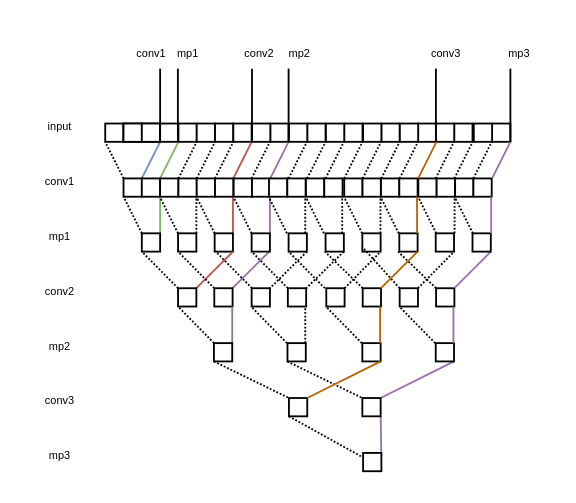
marioviti/Graphs keeps this draw.io diagram as ReceptiveField.drawio. Above is the earlier version. Source tidied: cells renumbered, new cells numbered last; positions are measured from the earlier drawing's top-left corner, leaving out a move shared by most shapes. Both pictures are drawn from the tidied source at 183%, with x=0, y=0 at pixel (31, 31).
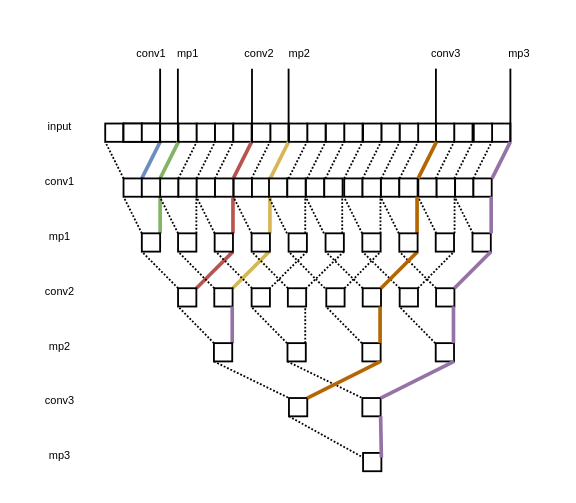
The same diagram, later.

The change refers to these unchanged cells:
```xml
<mxCell id="7" style="rounded=0;whiteSpace=wrap;html=1;" parent="1" vertex="1">
  <mxGeometry x="50" y="80" width="10" height="10" as="geometry" />
</mxCell>
<mxCell id="10" style="rounded=0;whiteSpace=wrap;html=1;fontStyle=1;" parent="1" vertex="1">
  <mxGeometry x="70" y="50" width="10" height="10" as="geometry" />
</mxCell>
<mxCell id="36" style="rounded=0;whiteSpace=wrap;html=1;" parent="1" vertex="1">
  <mxGeometry x="79.8" y="140" width="10" height="10" as="geometry" />
</mxCell>
<mxCell id="39" style="rounded=0;whiteSpace=wrap;html=1;" parent="1" vertex="1">
  <mxGeometry x="99.6" y="140" width="10" height="10" as="geometry" />
</mxCell>
<mxCell id="52" style="rounded=0;whiteSpace=wrap;html=1;" parent="1" vertex="1">
  <mxGeometry x="99.4" y="170" width="10" height="10" as="geometry" />
</mxCell>
<mxCell id="60" style="rounded=0;whiteSpace=wrap;html=1;" parent="1" vertex="1">
  <mxGeometry x="139.8" y="140" width="10" height="10" as="geometry" />
</mxCell>
<mxCell id="76" style="rounded=0;whiteSpace=wrap;html=1;" parent="1" vertex="1">
  <mxGeometry x="160.4" y="110" width="10" height="10" as="geometry" />
</mxCell>
<mxCell id="88" style="rounded=0;whiteSpace=wrap;html=1;" parent="1" vertex="1">
  <mxGeometry x="180.7" y="140" width="10" height="10" as="geometry" />
</mxCell>
<mxCell id="92" style="rounded=0;whiteSpace=wrap;html=1;" parent="1" vertex="1">
  <mxGeometry x="180.5" y="110" width="10" height="10" as="geometry" />
</mxCell>
<mxCell id="117" style="rounded=0;whiteSpace=wrap;html=1;" parent="1" vertex="1">
  <mxGeometry x="200.9" y="140" width="10" height="10" as="geometry" />
</mxCell>
<mxCell id="119" style="rounded=0;whiteSpace=wrap;html=1;" parent="1" vertex="1">
  <mxGeometry x="220.8" y="140" width="10" height="10" as="geometry" />
</mxCell>
```

Change to the diagram source:
```diff
@@
-    <mxCell id="6" style="edgeStyle=none;rounded=0;jettySize=auto;html=1;exitX=1;exitY=0;exitDx=0;exitDy=0;entryX=0;entryY=1;entryDx=0;entryDy=0;endArrow=none;endFill=0;fillColor=#dae8fc;strokeColor=#6c8ebf;" parent="1" edge="1" source="7" target="10">
+    <mxCell id="6" style="edgeStyle=none;rounded=0;jettySize=auto;html=1;exitX=1;exitY=0;exitDx=0;exitDy=0;entryX=0;entryY=1;entryDx=0;entryDy=0;endArrow=none;endFill=0;fillColor=#dae8fc;strokeColor=#6c8ebf;strokeWidth=2;" parent="1" edge="1" source="7" target="10">
       <mxGeometry relative="1" as="geometry" />
     </mxCell>
@@
-    <mxCell id="11" style="edgeStyle=none;rounded=0;jettySize=auto;html=1;exitX=1;exitY=0;exitDx=0;exitDy=0;entryX=1;entryY=1;entryDx=0;entryDy=0;endArrow=none;endFill=0;fillColor=#d5e8d4;strokeColor=#82b366;" parent="1" edge="1" source="12" target="10">
-      <mxGeometry relative="1" as="geometry" />
+    <mxCell id="11" style="edgeStyle=none;rounded=0;jettySize=auto;html=1;exitX=1;exitY=0;exitDx=0;exitDy=0;entryX=1;entryY=1;entryDx=0;entryDy=0;endArrow=none;endFill=0;fillColor=#d5e8d4;strokeColor=#82b366;strokeWidth=2;" parent="1" edge="1" target="10">
+      <mxGeometry relative="1" as="geometry">
+        <mxPoint x="70" y="80" as="sourcePoint" />
+      </mxGeometry>
     </mxCell>
-    <mxCell id="12" style="rounded=0;whiteSpace=wrap;html=1;" parent="1" vertex="1">
-      <mxGeometry x="60" y="80" width="10" height="10" as="geometry" />
-    </mxCell>
-    <mxCell id="13" style="edgeStyle=none;rounded=0;jettySize=auto;html=1;exitX=0;exitY=0;exitDx=0;exitDy=0;entryX=0;entryY=1;entryDx=0;entryDy=0;dashed=1;dashPattern=1 1;endArrow=none;endFill=0;" parent="1" edge="1" source="15" target="7">
-      <mxGeometry relative="1" as="geometry" />
+    <mxCell id="13" style="edgeStyle=none;rounded=0;jettySize=auto;html=1;exitX=0;exitY=0;exitDx=0;exitDy=0;entryX=0;entryY=1;entryDx=0;entryDy=0;dashed=1;dashPattern=1 1;endArrow=none;endFill=0;" parent="1" edge="1" target="7">
+      <mxGeometry relative="1" as="geometry">
+        <mxPoint x="60" y="110" as="sourcePoint" />
+      </mxGeometry>
     </mxCell>
-    <mxCell id="14" style="edgeStyle=none;rounded=0;jettySize=auto;html=1;exitX=1;exitY=0;exitDx=0;exitDy=0;entryX=1;entryY=1;entryDx=0;entryDy=0;endArrow=none;endFill=0;fillColor=#d5e8d4;strokeColor=#82b366;" parent="1" edge="1" source="15" target="12">
-      <mxGeometry relative="1" as="geometry" />
+    <mxCell id="14" style="edgeStyle=none;rounded=0;orthogonalLoop=1;jettySize=auto;html=1;exitX=1;exitY=0;exitDx=0;exitDy=0;entryX=1;entryY=1;entryDx=0;entryDy=0;endArrow=none;endFill=0;fillColor=#d5e8d4;strokeColor=#82b366;strokeWidth=2;" parent="1" edge="1">
+      <mxGeometry relative="1" as="geometry">
+        <mxPoint x="70" y="110" as="sourcePoint" />
+        <mxPoint x="70" y="90" as="targetPoint" />
+      </mxGeometry>
     </mxCell>
-    <mxCell id="15" style="rounded=0;whiteSpace=wrap;html=1;" parent="1" vertex="1">
-      <mxGeometry x="60" y="110" width="10" height="10" as="geometry" />
-    </mxCell>
@@
-    <mxCell id="30" style="edgeStyle=none;rounded=0;orthogonalLoop=1;jettySize=auto;html=1;exitX=1;exitY=0;exitDx=0;exitDy=0;entryX=1;entryY=1;entryDx=0;entryDy=0;endArrow=none;endFill=0;fillColor=#f8cecc;strokeColor=#b85450;" parent="1" edge="1">
+    <mxCell id="30" style="edgeStyle=none;rounded=0;orthogonalLoop=1;jettySize=auto;html=1;exitX=1;exitY=0;exitDx=0;exitDy=0;entryX=1;entryY=1;entryDx=0;entryDy=0;endArrow=none;endFill=0;fillColor=#f8cecc;strokeColor=#b85450;strokeWidth=2;" parent="1" edge="1">
       <mxGeometry relative="1" as="geometry">
         <mxPoint x="110" y="80" as="sourcePoint" />
         <mxPoint x="120" y="60" as="targetPoint" />
       </mxGeometry>
     </mxCell>
-    <mxCell id="31" style="edgeStyle=none;rounded=0;jettySize=auto;html=1;exitX=0;exitY=0;exitDx=0;exitDy=0;entryX=0;entryY=1;entryDx=0;entryDy=0;dashed=1;dashPattern=1 1;endArrow=none;endFill=0;" parent="1" edge="1" source="33">
+    <mxCell id="31" style="edgeStyle=none;rounded=0;orthogonalLoop=1;jettySize=auto;html=1;exitX=0;exitY=0;exitDx=0;exitDy=0;entryX=0;entryY=1;entryDx=0;entryDy=0;dashed=1;dashPattern=1 1;endArrow=none;endFill=0;" parent="1" edge="1">
       <mxGeometry relative="1" as="geometry">
+        <mxPoint x="99.8" y="110" as="sourcePoint" />
         <mxPoint x="89.8" y="90" as="targetPoint" />
       </mxGeometry>
     </mxCell>
-    <mxCell id="32" style="edgeStyle=none;rounded=0;jettySize=auto;html=1;exitX=1;exitY=0;exitDx=0;exitDy=0;entryX=1;entryY=1;entryDx=0;entryDy=0;endArrow=none;endFill=0;fillColor=#f8cecc;strokeColor=#b85450;" parent="1" edge="1" source="33">
+    <mxCell id="32" style="edgeStyle=none;rounded=0;orthogonalLoop=1;jettySize=auto;html=1;exitX=1;exitY=0;exitDx=0;exitDy=0;entryX=1;entryY=1;entryDx=0;entryDy=0;endArrow=none;endFill=0;fillColor=#f8cecc;strokeColor=#b85450;strokeWidth=2;" parent="1" edge="1">
       <mxGeometry relative="1" as="geometry">
+        <mxPoint x="109.8" y="110" as="sourcePoint" />
         <mxPoint x="109.8" y="90" as="targetPoint" />
       </mxGeometry>
     </mxCell>
-    <mxCell id="33" style="rounded=0;whiteSpace=wrap;html=1;" parent="1" vertex="1">
-      <mxGeometry x="99.8" y="110" width="10" height="10" as="geometry" />
-    </mxCell>
-    <mxCell id="34" style="edgeStyle=none;rounded=0;jettySize=auto;html=1;exitX=0;exitY=0;exitDx=0;exitDy=0;entryX=0;entryY=1;entryDx=0;entryDy=0;dashed=1;dashPattern=1 1;endArrow=none;endFill=0;" parent="1" edge="1" source="36" target="15">
-      <mxGeometry relative="1" as="geometry" />
+    <mxCell id="34" style="edgeStyle=none;rounded=0;jettySize=auto;html=1;exitX=0;exitY=0;exitDx=0;exitDy=0;entryX=0;entryY=1;entryDx=0;entryDy=0;dashed=1;dashPattern=1 1;endArrow=none;endFill=0;" parent="1" edge="1" source="36">
+      <mxGeometry relative="1" as="geometry">
+        <mxPoint x="60" y="120" as="targetPoint" />
+      </mxGeometry>
     </mxCell>
-    <mxCell id="35" style="edgeStyle=none;rounded=0;jettySize=auto;html=1;exitX=1;exitY=0;exitDx=0;exitDy=0;entryX=1;entryY=1;entryDx=0;entryDy=0;endArrow=none;endFill=0;fillColor=#f8cecc;strokeColor=#b85450;" parent="1" edge="1" source="36" target="33">
-      <mxGeometry relative="1" as="geometry" />
+    <mxCell id="35" style="edgeStyle=none;rounded=0;jettySize=auto;html=1;exitX=1;exitY=0;exitDx=0;exitDy=0;entryX=1;entryY=1;entryDx=0;entryDy=0;endArrow=none;endFill=0;fillColor=#f8cecc;strokeColor=#b85450;strokeWidth=2;" parent="1" edge="1" source="36">
+      <mxGeometry relative="1" as="geometry">
+        <mxPoint x="109.8" y="120" as="targetPoint" />
+      </mxGeometry>
     </mxCell>
@@
-    <mxCell id="38" style="edgeStyle=none;rounded=0;jettySize=auto;html=1;exitX=1;exitY=0;exitDx=0;exitDy=0;entryX=1;entryY=1;entryDx=0;entryDy=0;endArrow=none;endFill=0;fillColor=#e1d5e7;strokeColor=#9673a6;" parent="1" edge="1" source="39">
+    <mxCell id="38" style="edgeStyle=none;rounded=0;jettySize=auto;html=1;exitX=1;exitY=0;exitDx=0;exitDy=0;entryX=1;entryY=1;entryDx=0;entryDy=0;endArrow=none;endFill=0;fillColor=#fff2cc;strokeColor=#d6b656;strokeWidth=2;" parent="1" edge="1" source="39">
       <mxGeometry relative="1" as="geometry">
         <mxPoint x="129.6" y="120" as="targetPoint" />
       </mxGeometry>
     </mxCell>
@@
-    <mxCell id="43" style="edgeStyle=none;rounded=0;orthogonalLoop=1;jettySize=auto;html=1;exitX=1;exitY=0;exitDx=0;exitDy=0;entryX=1;entryY=1;entryDx=0;entryDy=0;endArrow=none;endFill=0;fillColor=#e1d5e7;strokeColor=#9673a6;" parent="1" edge="1">
+    <mxCell id="43" style="edgeStyle=none;rounded=0;orthogonalLoop=1;jettySize=auto;html=1;exitX=1;exitY=0;exitDx=0;exitDy=0;entryX=1;entryY=1;entryDx=0;entryDy=0;endArrow=none;endFill=0;fillColor=#fff2cc;strokeColor=#d6b656;strokeWidth=2;" parent="1" edge="1">
       <mxGeometry relative="1" as="geometry">
         <mxPoint x="130.2" y="80" as="sourcePoint" />
         <mxPoint x="140.2" y="60" as="targetPoint" />
       </mxGeometry>
     </mxCell>
-    <mxCell id="44" style="edgeStyle=none;rounded=0;jettySize=auto;html=1;exitX=0;exitY=0;exitDx=0;exitDy=0;entryX=0;entryY=1;entryDx=0;entryDy=0;dashed=1;dashPattern=1 1;endArrow=none;endFill=0;" parent="1" edge="1" source="46">
+    <mxCell id="44" style="edgeStyle=none;rounded=0;orthogonalLoop=1;jettySize=auto;html=1;exitX=0;exitY=0;exitDx=0;exitDy=0;entryX=0;entryY=1;entryDx=0;entryDy=0;dashed=1;dashPattern=1 1;endArrow=none;endFill=0;strokeWidth=1;" parent="1" edge="1">
       <mxGeometry relative="1" as="geometry">
+        <mxPoint x="120" y="110" as="sourcePoint" />
         <mxPoint x="110" y="90" as="targetPoint" />
       </mxGeometry>
     </mxCell>
-    <mxCell id="45" style="edgeStyle=none;rounded=0;jettySize=auto;html=1;exitX=1;exitY=0;exitDx=0;exitDy=0;entryX=1;entryY=1;entryDx=0;entryDy=0;endArrow=none;endFill=0;fillColor=#e1d5e7;strokeColor=#9673a6;" parent="1" edge="1" source="46">
+    <mxCell id="45" style="edgeStyle=none;rounded=0;orthogonalLoop=1;jettySize=auto;html=1;exitX=1;exitY=0;exitDx=0;exitDy=0;entryX=1;entryY=1;entryDx=0;entryDy=0;endArrow=none;endFill=0;fillColor=#fff2cc;strokeColor=#d6b656;strokeWidth=2;" parent="1" edge="1">
       <mxGeometry relative="1" as="geometry">
+        <mxPoint x="130" y="110" as="sourcePoint" />
         <mxPoint x="130" y="90" as="targetPoint" />
       </mxGeometry>
     </mxCell>
-    <mxCell id="46" style="rounded=0;whiteSpace=wrap;html=1;" parent="1" vertex="1">
-      <mxGeometry x="120" y="110" width="10" height="10" as="geometry" />
-    </mxCell>
@@
-    <mxCell id="50" style="edgeStyle=none;rounded=0;jettySize=auto;html=1;exitX=1;exitY=0;exitDx=0;exitDy=0;entryX=1;entryY=1;entryDx=0;entryDy=0;endArrow=none;endFill=0;fillColor=#e1d5e7;strokeColor=#9673a6;" parent="1" edge="1" source="52">
+    <mxCell id="50" style="edgeStyle=none;rounded=0;jettySize=auto;html=1;exitX=1;exitY=0;exitDx=0;exitDy=0;entryX=1;entryY=1;entryDx=0;entryDy=0;endArrow=none;endFill=0;fillColor=#e1d5e7;strokeColor=#9673a6;strokeWidth=2;" parent="1" edge="1" source="52">
       <mxGeometry relative="1" as="geometry">
         <mxPoint x="109.4" y="150" as="targetPoint" />
       </mxGeometry>
     </mxCell>
@@
-    <mxCell id="59" style="edgeStyle=none;rounded=0;jettySize=auto;html=1;exitX=0;exitY=0;exitDx=0;exitDy=0;entryX=0;entryY=1;entryDx=0;entryDy=0;dashed=1;dashPattern=1 1;endArrow=none;endFill=0;" parent="1" edge="1" source="60" target="46">
-      <mxGeometry relative="1" as="geometry" />
+    <mxCell id="59" style="edgeStyle=none;rounded=0;jettySize=auto;html=1;exitX=0;exitY=0;exitDx=0;exitDy=0;entryX=0;entryY=1;entryDx=0;entryDy=0;dashed=1;dashPattern=1 1;endArrow=none;endFill=0;" parent="1" edge="1" source="60">
+      <mxGeometry relative="1" as="geometry">
+        <mxPoint x="120" y="120" as="targetPoint" />
+      </mxGeometry>
     </mxCell>
@@
-    <mxCell id="87" style="edgeStyle=none;rounded=0;jettySize=auto;html=1;exitX=0;exitY=0;exitDx=0;exitDy=0;dashed=1;dashPattern=1 1;endArrow=none;endFill=0;" parent="1" edge="1" source="88">
-      <mxGeometry relative="1" as="geometry">
-        <mxPoint x="160" y="120" as="targetPoint" />
-      </mxGeometry>
+    <mxCell id="87" style="edgeStyle=none;rounded=0;jettySize=auto;html=1;exitX=0;exitY=0;exitDx=0;exitDy=0;dashed=1;dashPattern=1 1;endArrow=none;endFill=0;entryX=0;entryY=1;entryDx=0;entryDy=0;" parent="1" edge="1" source="88" target="76">
+      <mxGeometry relative="1" as="geometry" />
     </mxCell>
@@
-    <mxCell id="93" style="rounded=0;whiteSpace=wrap;html=1;" parent="1" vertex="1">
-      <mxGeometry x="200.7" y="110" width="10" height="10" as="geometry" />
-    </mxCell>
@@
-    <mxCell id="115" style="edgeStyle=none;rounded=0;jettySize=auto;html=1;exitX=1;exitY=0;exitDx=0;exitDy=0;entryX=1;entryY=1;entryDx=0;entryDy=0;dashed=1;dashPattern=1 1;endArrow=none;endFill=0;" parent="1" edge="1" source="117" target="124">
-      <mxGeometry relative="1" as="geometry" />
+    <mxCell id="115" style="edgeStyle=none;rounded=0;jettySize=auto;html=1;exitX=1;exitY=0;exitDx=0;exitDy=0;entryX=1;entryY=1;entryDx=0;entryDy=0;dashed=1;dashPattern=1 1;endArrow=none;endFill=0;" parent="1" edge="1" source="117">
+      <mxGeometry relative="1" as="geometry">
+        <mxPoint x="230.6" y="120" as="targetPoint" />
+      </mxGeometry>
     </mxCell>
-    <mxCell id="116" style="edgeStyle=none;rounded=0;jettySize=auto;html=1;exitX=0;exitY=0;exitDx=0;exitDy=0;entryX=0;entryY=0.75;entryDx=0;entryDy=0;dashed=1;dashPattern=1 1;endArrow=none;endFill=0;" parent="1" edge="1" source="117" target="92">
+    <mxCell id="116" style="edgeStyle=none;rounded=0;jettySize=auto;html=1;exitX=0;exitY=0;exitDx=0;exitDy=0;entryX=0;entryY=1;entryDx=0;entryDy=0;dashed=1;dashPattern=1 1;endArrow=none;endFill=0;" parent="1" edge="1" source="117" target="92">
       <mxGeometry relative="1" as="geometry" />
     </mxCell>
@@
-    <mxCell id="118" style="edgeStyle=none;rounded=0;jettySize=auto;html=1;exitX=0;exitY=0;exitDx=0;exitDy=0;dashed=1;dashPattern=1 1;endArrow=none;endFill=0;" parent="1" edge="1" source="119">
+    <mxCell id="118" style="edgeStyle=none;rounded=0;jettySize=auto;html=1;exitX=0;exitY=0;exitDx=0;exitDy=0;dashed=1;dashPattern=1 1;endArrow=none;endFill=0;entryX=0;entryY=1;entryDx=0;entryDy=0;" parent="1" edge="1" source="119">
       <mxGeometry relative="1" as="geometry">
-        <mxPoint x="200" y="120" as="targetPoint" />
+        <mxPoint x="200.7" y="120" as="targetPoint" />
       </mxGeometry>
     </mxCell>
@@
-    <mxCell id="124" style="rounded=0;whiteSpace=wrap;html=1;" parent="1" vertex="1">
-      <mxGeometry x="220.6" y="110" width="10" height="10" as="geometry" />
-    </mxCell>
@@
-    <mxCell id="139" style="edgeStyle=none;rounded=0;orthogonalLoop=1;jettySize=auto;html=1;exitX=1;exitY=0;exitDx=0;exitDy=0;entryX=1;entryY=1;entryDx=0;entryDy=0;endArrow=none;endFill=0;fontStyle=0;fillColor=#e1d5e7;strokeColor=#9673a6;" parent="1" edge="1">
+    <mxCell id="139" style="edgeStyle=none;rounded=0;orthogonalLoop=1;jettySize=auto;html=1;exitX=1;exitY=0;exitDx=0;exitDy=0;entryX=1;entryY=1;entryDx=0;entryDy=0;endArrow=none;endFill=0;fontStyle=0;fillColor=#e1d5e7;strokeColor=#9673a6;strokeWidth=2;" parent="1" edge="1">
       <mxGeometry relative="1" as="geometry">
         <mxPoint x="251.4" y="80" as="sourcePoint" />
         <mxPoint x="261.4" y="60" as="targetPoint" />
       </mxGeometry>
     </mxCell>
@@
-    <mxCell id="156" style="edgeStyle=none;orthogonalLoop=1;jettySize=auto;html=1;exitX=1;exitY=0;exitDx=0;exitDy=0;entryX=1;entryY=1;entryDx=0;entryDy=0;endArrow=none;endFill=0;fillColor=#fad7ac;strokeColor=#b46504;strokeWidth=1;curved=1;" parent="1" edge="1">
+    <mxCell id="156" style="edgeStyle=none;orthogonalLoop=1;jettySize=auto;html=1;exitX=1;exitY=0;exitDx=0;exitDy=0;entryX=1;entryY=1;entryDx=0;entryDy=0;endArrow=none;endFill=0;fillColor=#fad7ac;strokeColor=#b46504;strokeWidth=2;curved=1;" parent="1" edge="1">
       <mxGeometry relative="1" as="geometry">
         <mxPoint x="210.4" y="110" as="sourcePoint" />
         <mxPoint x="210.4" y="90" as="targetPoint" />
       </mxGeometry>
     </mxCell>
-    <mxCell id="157" style="edgeStyle=none;orthogonalLoop=1;jettySize=auto;html=1;exitX=1;exitY=0;exitDx=0;exitDy=0;entryX=1;entryY=1;entryDx=0;entryDy=0;endArrow=none;endFill=0;fillColor=#fad7ac;strokeColor=#b46504;strokeWidth=1;curved=1;" parent="1" edge="1">
+    <mxCell id="157" style="edgeStyle=none;orthogonalLoop=1;jettySize=auto;html=1;exitX=1;exitY=0;exitDx=0;exitDy=0;entryX=1;entryY=1;entryDx=0;entryDy=0;endArrow=none;endFill=0;fillColor=#fad7ac;strokeColor=#b46504;strokeWidth=2;curved=1;" parent="1" edge="1">
       <mxGeometry relative="1" as="geometry">
         <mxPoint x="211" y="80" as="sourcePoint" />
         <mxPoint x="221" y="60" as="targetPoint" />
       </mxGeometry>
     </mxCell>
-    <mxCell id="158" style="edgeStyle=none;orthogonalLoop=1;jettySize=auto;html=1;exitX=1;exitY=0;exitDx=0;exitDy=0;entryX=1;entryY=1;entryDx=0;entryDy=0;endArrow=none;endFill=0;fillColor=#fad7ac;strokeColor=#b46504;strokeWidth=1;curved=1;" parent="1" edge="1">
+    <mxCell id="158" style="edgeStyle=none;orthogonalLoop=1;jettySize=auto;html=1;exitX=1;exitY=0;exitDx=0;exitDy=0;entryX=1;entryY=1;entryDx=0;entryDy=0;endArrow=none;endFill=0;fillColor=#fad7ac;strokeColor=#b46504;strokeWidth=2;curved=1;" parent="1" edge="1">
       <mxGeometry relative="1" as="geometry">
         <mxPoint x="150.4" y="200" as="sourcePoint" />
         <mxPoint x="190.5" y="180" as="targetPoint" />
       </mxGeometry>
     </mxCell>
-    <mxCell id="159" style="edgeStyle=none;orthogonalLoop=1;jettySize=auto;html=1;exitX=1;exitY=0;exitDx=0;exitDy=0;entryX=1;entryY=1;entryDx=0;entryDy=0;endArrow=none;endFill=0;fillColor=#fad7ac;strokeColor=#b46504;strokeWidth=1;curved=1;" parent="1" edge="1">
+    <mxCell id="159" style="edgeStyle=none;orthogonalLoop=1;jettySize=auto;html=1;exitX=1;exitY=0;exitDx=0;exitDy=0;entryX=1;entryY=1;entryDx=0;entryDy=0;endArrow=none;endFill=0;fillColor=#fad7ac;strokeColor=#b46504;strokeWidth=2;curved=1;" parent="1" edge="1">
       <mxGeometry relative="1" as="geometry">
         <mxPoint x="190.2" y="170" as="sourcePoint" />
         <mxPoint x="190.2" y="150" as="targetPoint" />
       </mxGeometry>
     </mxCell>
-    <mxCell id="160" style="edgeStyle=none;orthogonalLoop=1;jettySize=auto;html=1;exitX=1;exitY=0;exitDx=0;exitDy=0;entryX=1;entryY=1;entryDx=0;entryDy=0;endArrow=none;endFill=0;fillColor=#fad7ac;strokeColor=#b46504;strokeWidth=1;curved=1;" parent="1" edge="1">
+    <mxCell id="160" style="edgeStyle=none;orthogonalLoop=1;jettySize=auto;html=1;exitX=1;exitY=0;exitDx=0;exitDy=0;entryX=1;entryY=1;entryDx=0;entryDy=0;endArrow=none;endFill=0;fillColor=#fad7ac;strokeColor=#b46504;strokeWidth=2;curved=1;" parent="1" edge="1">
       <mxGeometry relative="1" as="geometry">
         <mxPoint x="190.7" y="140" as="sourcePoint" />
         <mxPoint x="210.7" y="120" as="targetPoint" />
       </mxGeometry>
     </mxCell>
+    <mxCell id="161" style="edgeStyle=none;rounded=0;orthogonalLoop=1;jettySize=auto;html=1;exitX=1;exitY=0;exitDx=0;exitDy=0;entryX=1;entryY=1;entryDx=0;entryDy=0;endArrow=none;endFill=0;fillColor=#e1d5e7;strokeColor=#9673a6;strokeWidth=2;" parent="1" edge="1">
+      <mxGeometry relative="1" as="geometry">
+        <mxPoint x="230.8" y="140" as="sourcePoint" />
+        <mxPoint x="250.8" y="120" as="targetPoint" />
+      </mxGeometry>
+    </mxCell>
+    <mxCell id="162" style="edgeStyle=none;rounded=0;orthogonalLoop=1;jettySize=auto;html=1;exitX=1;exitY=0;exitDx=0;exitDy=0;entryX=1;entryY=1;entryDx=0;entryDy=0;endArrow=none;endFill=0;fillColor=#e1d5e7;strokeColor=#9673a6;strokeWidth=2;" parent="1" edge="1">
+      <mxGeometry relative="1" as="geometry">
+        <mxPoint x="230.3" y="170" as="sourcePoint" />
+        <mxPoint x="230.3" y="150" as="targetPoint" />
+      </mxGeometry>
+    </mxCell>
+    <mxCell id="163" style="edgeStyle=none;rounded=0;orthogonalLoop=1;jettySize=auto;html=1;exitX=1;exitY=0;exitDx=0;exitDy=0;entryX=1;entryY=1;entryDx=0;entryDy=0;endArrow=none;endFill=0;fillColor=#e1d5e7;strokeColor=#9673a6;strokeWidth=2;" parent="1" edge="1">
+      <mxGeometry relative="1" as="geometry">
+        <mxPoint x="190.5" y="200" as="sourcePoint" />
+        <mxPoint x="230.6" y="180" as="targetPoint" />
+      </mxGeometry>
+    </mxCell>
+    <mxCell id="164" style="edgeStyle=none;rounded=0;orthogonalLoop=1;jettySize=auto;html=1;exitX=1;exitY=1;exitDx=0;exitDy=0;entryX=1;entryY=0.25;entryDx=0;entryDy=0;endArrow=none;endFill=0;fillColor=#e1d5e7;strokeColor=#9673a6;strokeWidth=2;" parent="1" edge="1">
+      <mxGeometry relative="1" as="geometry">
+        <mxPoint x="190.5" y="210" as="sourcePoint" />
+        <mxPoint x="190.9" y="232.5" as="targetPoint" />
+      </mxGeometry>
+    </mxCell>
+    <mxCell id="165" style="edgeStyle=none;rounded=0;orthogonalLoop=1;jettySize=auto;html=1;exitX=1;exitY=0;exitDx=0;exitDy=0;entryX=1;entryY=1;entryDx=0;entryDy=0;endArrow=none;endFill=0;fillColor=#e1d5e7;strokeColor=#9673a6;strokeWidth=2;" parent="1" edge="1">
+      <mxGeometry relative="1" as="geometry">
+        <mxPoint x="250.9" y="110" as="sourcePoint" />
+        <mxPoint x="250.9" y="90" as="targetPoint" />
+      </mxGeometry>
+    </mxCell>
+    <mxCell id="93" style="rounded=0;whiteSpace=wrap;html=1;" parent="1" vertex="1">
+      <mxGeometry x="200.7" y="110" width="10" height="10" as="geometry" />
+    </mxCell>
+    <mxCell id="124" style="rounded=0;whiteSpace=wrap;html=1;" parent="1" vertex="1">
+      <mxGeometry x="220.6" y="110" width="10" height="10" as="geometry" />
+    </mxCell>
+    <mxCell id="46" style="rounded=0;whiteSpace=wrap;html=1;" parent="1" vertex="1">
+      <mxGeometry x="120" y="110" width="10" height="10" as="geometry" />
+    </mxCell>
+    <mxCell id="33" style="rounded=0;whiteSpace=wrap;html=1;" parent="1" vertex="1">
+      <mxGeometry x="99.8" y="110" width="10" height="10" as="geometry" />
+    </mxCell>
+    <mxCell id="12" style="rounded=0;whiteSpace=wrap;html=1;" parent="1" vertex="1">
+      <mxGeometry x="60" y="80" width="10" height="10" as="geometry" />
+    </mxCell>
+    <mxCell id="15" style="rounded=0;whiteSpace=wrap;html=1;" parent="1" vertex="1">
+      <mxGeometry x="60" y="110" width="10" height="10" as="geometry" />
+    </mxCell>
```
